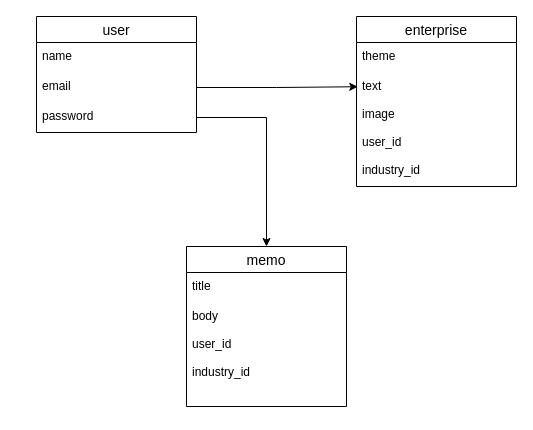
Earlier version of the draw.io diagram inding-employment.dio (hiroto0707/finding-employment). Source tidied: cells renumbered, new cells numbered last; positions are measured from the earlier drawing's top-left corner, leaving out a move shared by most shapes. Both pictures are drawn from the tidied source at 100%, with x=0, y=0 at pixel (36, 16).
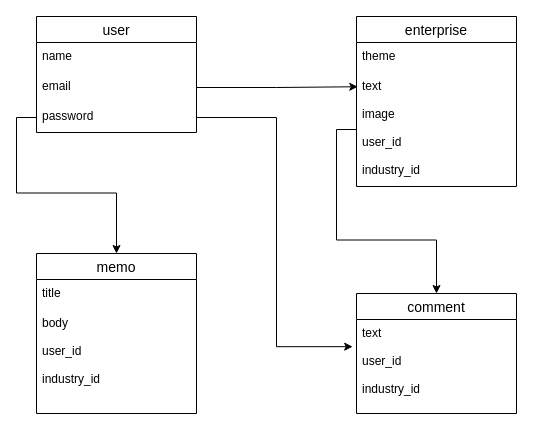
The same diagram, later.

The edit, as a diff of the source:
```diff
@@
 <mxGraphModel>
   <root>
     <mxCell id="0" />
     <mxCell id="1" parent="0" />
     <mxCell id="2" value="user" style="swimlane;fontStyle=0;horizontal=1;startSize=26;align=center;fontSize=14;" parent="1" vertex="1">
       <mxGeometry width="160" height="116" as="geometry" />
     </mxCell>
     <mxCell id="3" value="name" style="text;strokeColor=none;fillColor=none;spacingLeft=4;spacingRight=4;overflow=hidden;fontSize=12;" parent="2" vertex="1">
       <mxGeometry y="26" width="160" height="30" as="geometry" />
     </mxCell>
     <mxCell id="4" value="email" style="text;strokeColor=none;fillColor=none;spacingLeft=4;spacingRight=4;overflow=hidden;points=[[0,0.5],[1,0.5]];portConstraint=eastwest;fontSize=12;" parent="2" vertex="1">
       <mxGeometry y="56" width="160" height="30" as="geometry" />
     </mxCell>
     <mxCell id="5" value="password" style="text;strokeColor=none;fillColor=none;spacingLeft=4;spacingRight=4;overflow=hidden;points=[[0,0.5],[1,0.5]];portConstraint=eastwest;fontSize=12;" parent="2" vertex="1">
       <mxGeometry y="86" width="160" height="30" as="geometry" />
     </mxCell>
     <mxCell id="6" value="memo" style="swimlane;fontStyle=0;horizontal=1;startSize=26;align=center;fontSize=14;" parent="1" vertex="1">
-      <mxGeometry x="150" y="230" width="160" height="160" as="geometry" />
+      <mxGeometry y="237" width="160" height="160" as="geometry" />
     </mxCell>
     <mxCell id="7" value="title" style="text;strokeColor=none;fillColor=none;spacingLeft=4;spacingRight=4;overflow=hidden;fontSize=12;" parent="6" vertex="1">
       <mxGeometry y="26" width="160" height="30" as="geometry" />
     </mxCell>
     <mxCell id="8" value="body&#10;&#10;user_id&#10;&#10;industry_id" style="text;strokeColor=none;fillColor=none;spacingLeft=4;spacingRight=4;overflow=hidden;fontSize=12;" parent="6" vertex="1">
       <mxGeometry y="56" width="160" height="104" as="geometry" />
     </mxCell>
     <mxCell id="9" value="enterprise" style="swimlane;fontStyle=0;horizontal=1;startSize=26;align=center;fontSize=14;" parent="1" vertex="1">
       <mxGeometry x="320" width="160" height="170" as="geometry" />
     </mxCell>
     <mxCell id="10" value="theme&#10;" style="text;strokeColor=none;fillColor=none;spacingLeft=4;spacingRight=4;overflow=hidden;fontSize=12;" parent="9" vertex="1">
       <mxGeometry y="26" width="160" height="30" as="geometry" />
     </mxCell>
     <mxCell id="11" value="text&#10;&#10;image&#10;&#10;user_id&#10;&#10;industry_id" style="text;strokeColor=none;fillColor=none;spacingLeft=4;spacingRight=4;overflow=hidden;points=[[0,0.5],[1,0.5]];portConstraint=eastwest;fontSize=12;" parent="9" vertex="1">
       <mxGeometry y="56" width="160" height="114" as="geometry" />
     </mxCell>
+    <mxCell id="14" value="comment" style="swimlane;fontStyle=0;horizontal=1;startSize=26;align=center;fontSize=14;" parent="1" vertex="1">
+      <mxGeometry x="320" y="277" width="160" height="120" as="geometry" />
+    </mxCell>
+    <mxCell id="15" value="text&#10;&#10;user_id&#10;&#10;industry_id" style="text;strokeColor=none;fillColor=none;spacingLeft=4;spacingRight=4;overflow=hidden;points=[[0,0.5],[1,0.5]];portConstraint=eastwest;fontSize=12;" parent="14" vertex="1">
+      <mxGeometry y="26" width="160" height="94" as="geometry" />
+    </mxCell>
     <mxCell id="12" style="edgeStyle=orthogonalEdgeStyle;rounded=0;jettySize=auto;html=1;entryX=0.008;entryY=0.125;entryDx=0;entryDy=0;entryPerimeter=0;" parent="1" edge="1" source="4" target="11">
       <mxGeometry relative="1" as="geometry" />
     </mxCell>
+    <mxCell id="16" style="edgeStyle=orthogonalEdgeStyle;rounded=0;jettySize=auto;html=1;entryX=-0.024;entryY=0.289;entryDx=0;entryDy=0;entryPerimeter=0;" parent="1" edge="1" source="5" target="15">
+      <mxGeometry relative="1" as="geometry" />
+    </mxCell>
     <mxCell id="13" style="edgeStyle=orthogonalEdgeStyle;rounded=0;jettySize=auto;html=1;" parent="1" edge="1" source="5" target="6">
       <mxGeometry relative="1" as="geometry" />
     </mxCell>
+    <mxCell id="17" style="edgeStyle=orthogonalEdgeStyle;rounded=0;jettySize=auto;html=1;entryX=0.5;entryY=0;entryDx=0;entryDy=0;" parent="1" edge="1" source="11" target="14">
+      <mxGeometry relative="1" as="geometry" />
+    </mxCell>
   </root>
 </mxGraphModel>
```
